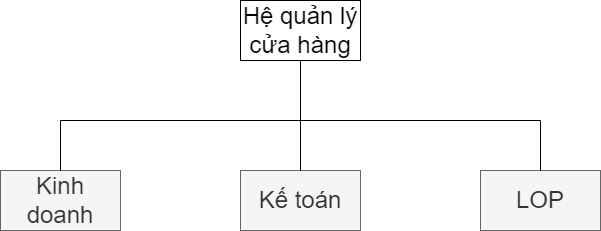
Above: Chương 5a.png in datnham0212/learning (draw.io), before the change. Source tidied: cells renumbered, new cells last; positions are measured from the earlier drawing's top-left corner, leaving out a move shared by most shapes. Its diagram source:
```xml
<mxGraphModel>
  <root>
    <mxCell id="0" />
    <mxCell id="1" parent="0" />
    <mxCell id="2" value="Kinh doanh" style="rounded=0;whiteSpace=wrap;html=1;fontSize=24;fillColor=#f5f5f5;fontColor=#333333;strokeColor=#666666;" parent="1" vertex="1">
      <mxGeometry y="170" width="120" height="60" as="geometry" />
    </mxCell>
    <mxCell id="3" value="LOP" style="rounded=0;whiteSpace=wrap;html=1;fontSize=24;fillColor=#f5f5f5;fontColor=#333333;strokeColor=#666666;" parent="1" vertex="1">
      <mxGeometry x="480" y="170" width="120" height="60" as="geometry" />
    </mxCell>
    <mxCell id="4" style="endArrow=none;html=1;rounded=0;fontSize=24;exitX=0.5;exitY=0;exitDx=0;exitDy=0;" parent="1" edge="1" source="2">
      <mxGeometry relative="1" as="geometry">
        <mxPoint x="60" y="120" as="targetPoint" />
      </mxGeometry>
    </mxCell>
    <mxCell id="5" style="endArrow=none;html=1;rounded=0;entryX=0.5;entryY=0;entryDx=0;entryDy=0;fontSize=24;" parent="1" edge="1" target="3">
      <mxGeometry relative="1" as="geometry">
        <mxPoint x="540" y="120" as="sourcePoint" />
      </mxGeometry>
    </mxCell>
    <mxCell id="6" value="Kế toán" style="rounded=0;whiteSpace=wrap;html=1;fontSize=24;fillColor=#f5f5f5;fontColor=#333333;strokeColor=#666666;" parent="1" vertex="1">
      <mxGeometry x="240" y="170" width="120" height="60" as="geometry" />
    </mxCell>
    <mxCell id="7" style="endArrow=none;html=1;rounded=0;entryX=0.5;entryY=0;entryDx=0;entryDy=0;fontSize=24;exitX=0.5;exitY=1;exitDx=0;exitDy=0;" parent="1" edge="1" source="8" target="6">
      <mxGeometry relative="1" as="geometry">
        <Array as="points">
          <mxPoint x="300" y="120" />
        </Array>
      </mxGeometry>
    </mxCell>
    <mxCell id="8" value="Hệ quản lý cửa hàng" style="rounded=0;whiteSpace=wrap;html=1;fontSize=24;" parent="1" vertex="1">
      <mxGeometry x="240" width="120" height="60" as="geometry" />
    </mxCell>
    <mxCell id="9" style="endArrow=none;html=1;rounded=0;" parent="1" edge="1">
      <mxGeometry relative="1" as="geometry">
        <mxPoint x="60" y="120" as="sourcePoint" />
        <mxPoint x="540" y="120" as="targetPoint" />
      </mxGeometry>
    </mxCell>
  </root>
</mxGraphModel>
```
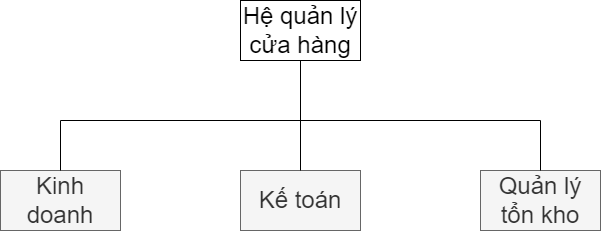
The same file after the commit.

Diff of the diagram source:
```diff
@@ -5,7 +5,7 @@
     <mxCell id="2" value="Kinh doanh" style="rounded=0;whiteSpace=wrap;html=1;fontSize=24;fillColor=#f5f5f5;fontColor=#333333;strokeColor=#666666;" parent="1" vertex="1">
       <mxGeometry y="170" width="120" height="60" as="geometry" />
     </mxCell>
-    <mxCell id="3" value="LOP" style="rounded=0;whiteSpace=wrap;html=1;fontSize=24;fillColor=#f5f5f5;fontColor=#333333;strokeColor=#666666;" parent="1" vertex="1">
+    <mxCell id="3" value="Quản lý tổn kho" style="rounded=0;whiteSpace=wrap;html=1;fontSize=24;fillColor=#f5f5f5;fontColor=#333333;strokeColor=#666666;" parent="1" vertex="1">
       <mxGeometry x="480" y="170" width="120" height="60" as="geometry" />
     </mxCell>
     <mxCell id="4" style="endArrow=none;html=1;rounded=0;fontSize=24;exitX=0.5;exitY=0;exitDx=0;exitDy=0;" parent="1" edge="1" source="2">
```
